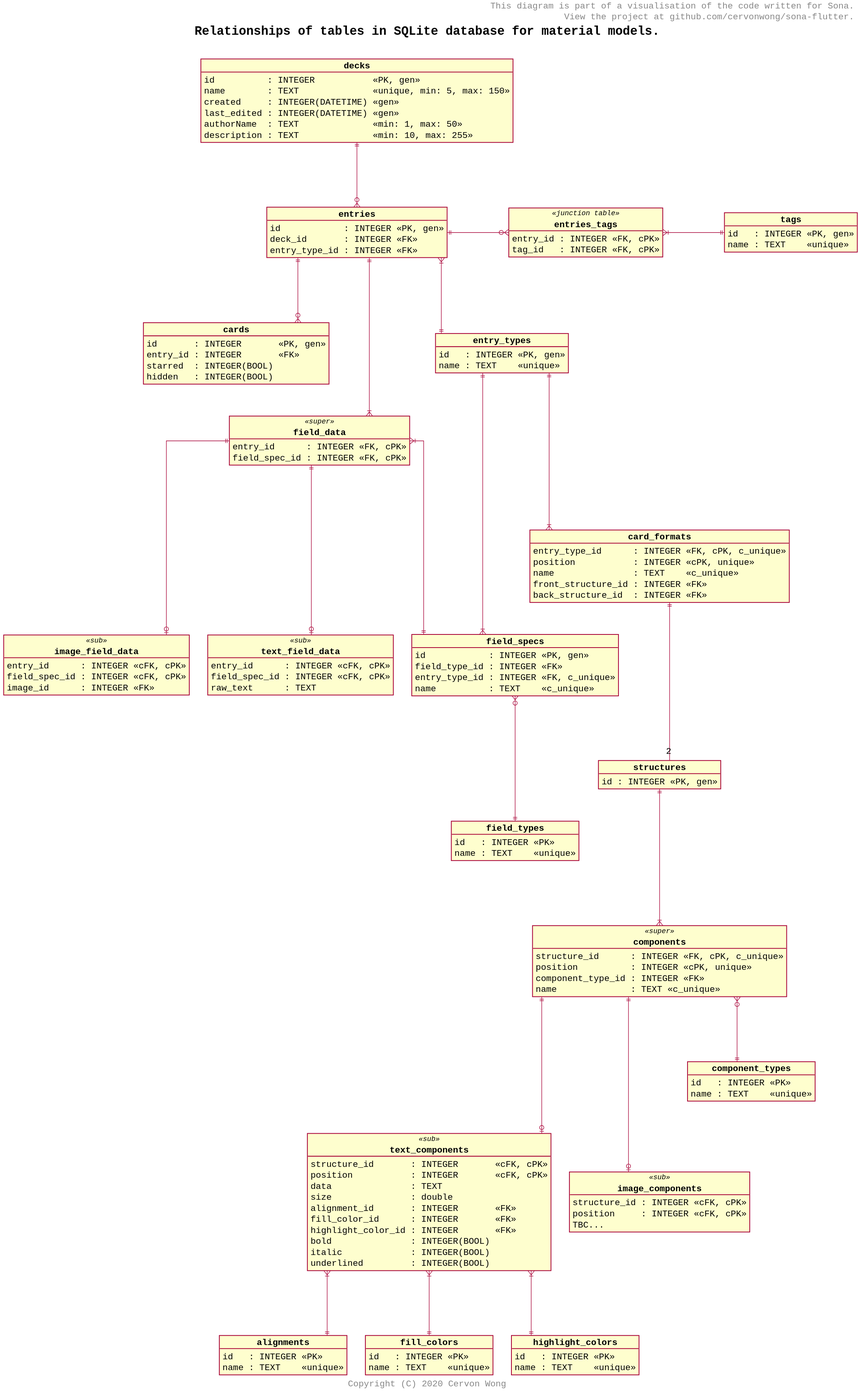
Above: puml/material_database.svg in cervonwong/sona-flutter (PlantUML), before the change.
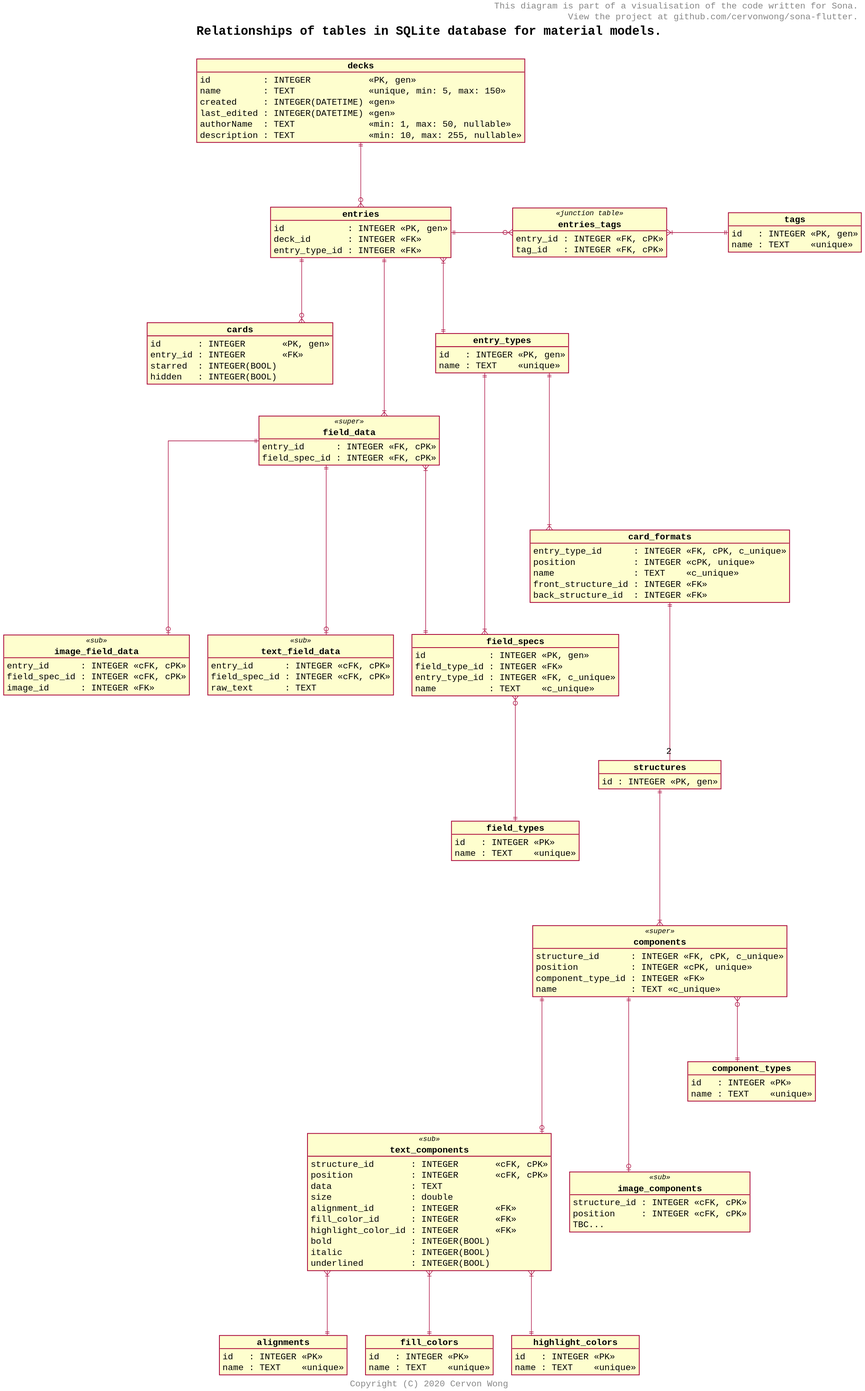
Above is the later version.

What changed in the source:
```diff
@@ -21,8 +21,8 @@
 	name        : TEXT              <<unique, min: 5, max: 150>>
 	created     : INTEGER(DATETIME) <<gen>>
 	last_edited : INTEGER(DATETIME) <<gen>>
-	authorName  : TEXT              <<min: 1, max: 50>>
-	description : TEXT              <<min: 10, max: 255>>
+	authorName  : TEXT              <<min: 1, max: 50, nullable>>
+	description : TEXT              <<min: 10, max: 255, nullable>>
 }
 
 object entries {
```
